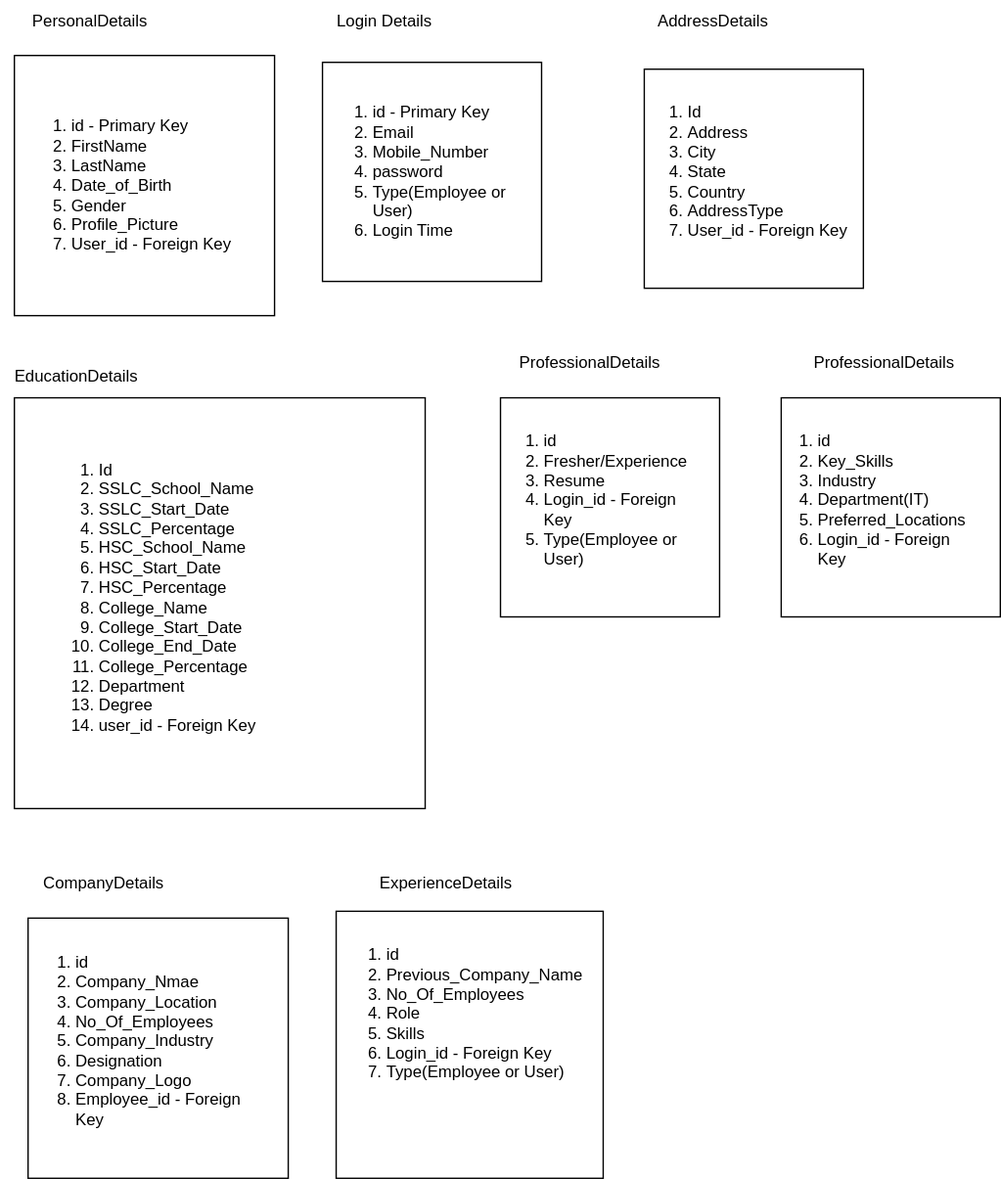
Earlier version of the draw.io export fieldmaping.drawio.svg (JobPortal006/backend). Source tidied: cells renumbered, new cells last; positions are measured from the earlier drawing's top-left corner, leaving out a move shared by most shapes.
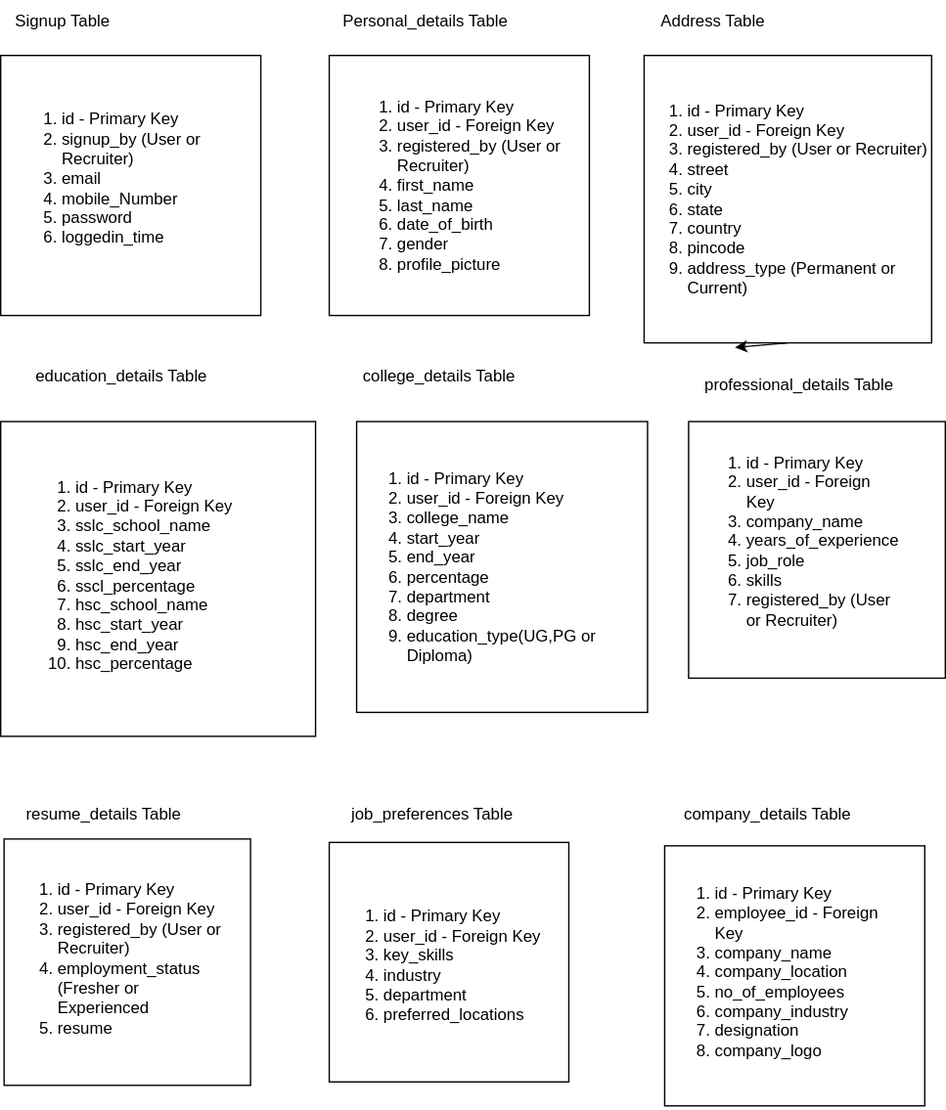
Later version of the same file.

Diff of the diagram source:
```diff
@@ -5,74 +5,86 @@
     <mxCell id="2" style="whiteSpace=wrap;html=1;" parent="1" vertex="1">
       <mxGeometry x="10" y="40" width="190" height="190" as="geometry" />
     </mxCell>
+    <mxCell id="5" style="whiteSpace=wrap;html=1;" parent="1" vertex="1">
+      <mxGeometry x="250" y="40" width="190" height="190" as="geometry" />
+    </mxCell>
-    <mxCell id="3" value="&lt;ol&gt;&lt;li&gt;id - Primary Key&lt;/li&gt;&lt;li&gt;FirstName&lt;/li&gt;&lt;li&gt;LastName&lt;/li&gt;&lt;li&gt;Date_of_Birth&lt;/li&gt;&lt;li&gt;Gender&lt;/li&gt;&lt;li&gt;Profile_Picture&lt;/li&gt;&lt;li&gt;User_id - Foreign Key&lt;/li&gt;&lt;/ol&gt;" style="text;strokeColor=none;fillColor=none;html=1;whiteSpace=wrap;verticalAlign=middle;overflow=hidden;" parent="1" vertex="1">
-      <mxGeometry x="10" y="40" width="170" height="190" as="geometry" />
+    <mxCell id="3" value="&lt;ol&gt;&lt;li&gt;id - Primary Key&lt;/li&gt;&lt;li&gt;user_id - Foreign Key&lt;/li&gt;&lt;li&gt;registered_by (User or Recruiter)&lt;/li&gt;&lt;li&gt;first_name&lt;/li&gt;&lt;li&gt;last_name&lt;/li&gt;&lt;li&gt;date_of_birth&lt;/li&gt;&lt;li&gt;gender&lt;/li&gt;&lt;li&gt;profile_picture&lt;/li&gt;&lt;/ol&gt;" style="text;strokeColor=none;fillColor=none;html=1;whiteSpace=wrap;verticalAlign=middle;overflow=hidden;" parent="1" vertex="1">
+      <mxGeometry x="257.5" y="32.5" width="170" height="205" as="geometry" />
     </mxCell>
-    <mxCell id="4" value="PersonalDetails" style="text;html=1;align=center;verticalAlign=middle;strokeColor=none;fillColor=none;" parent="1" vertex="1">
-      <mxGeometry x="10" width="110" height="30" as="geometry" />
+    <mxCell id="4" value="Signup Table" style="text;html=1;align=center;verticalAlign=middle;strokeColor=none;fillColor=none;" parent="1" vertex="1">
+      <mxGeometry x="10" width="90" height="30" as="geometry" />
     </mxCell>
-    <mxCell id="5" style="whiteSpace=wrap;html=1;" parent="1" vertex="1">
-      <mxGeometry x="235" y="45" width="160" height="160" as="geometry" />
-    </mxCell>
-    <mxCell id="6" value="&lt;ol&gt;&lt;li&gt;id - Primary Key&lt;/li&gt;&lt;li&gt;Email&lt;/li&gt;&lt;li&gt;Mobile_Number&lt;/li&gt;&lt;li&gt;password&lt;/li&gt;&lt;li&gt;Type(Employee or User)&lt;/li&gt;&lt;li&gt;Login Time&lt;/li&gt;&lt;/ol&gt;" style="text;strokeColor=none;fillColor=none;html=1;whiteSpace=wrap;verticalAlign=middle;overflow=hidden;" parent="1" vertex="1">
-      <mxGeometry x="230" y="40" width="140" height="170" as="geometry" />
+    <mxCell id="6" value="&lt;ol&gt;&lt;li&gt;id - Primary Key&lt;/li&gt;&lt;li&gt;signup_by (User or Recruiter)&lt;/li&gt;&lt;li&gt;email&lt;/li&gt;&lt;li&gt;mobile_Number&lt;/li&gt;&lt;li&gt;password&lt;/li&gt;&lt;li&gt;loggedin_time&lt;/li&gt;&lt;/ol&gt;" style="text;strokeColor=none;fillColor=none;html=1;whiteSpace=wrap;verticalAlign=middle;overflow=hidden;" parent="1" vertex="1">
+      <mxGeometry x="12.5" y="45" width="170" height="170" as="geometry" />
     </mxCell>
     <mxCell id="7" style="whiteSpace=wrap;html=1;" parent="1" vertex="1">
-      <mxGeometry x="470" y="50" width="160" height="160" as="geometry" />
+      <mxGeometry x="480" y="40" width="210" height="210" as="geometry" />
     </mxCell>
-    <mxCell id="8" value="&lt;ol&gt;&lt;li&gt;Id&lt;/li&gt;&lt;li&gt;Address&lt;/li&gt;&lt;li&gt;City&lt;/li&gt;&lt;li&gt;State&lt;/li&gt;&lt;li&gt;Country&lt;/li&gt;&lt;li&gt;AddressType&lt;/li&gt;&lt;li&gt;User_id - Foreign Key&lt;/li&gt;&lt;/ol&gt;" style="text;strokeColor=none;fillColor=none;html=1;whiteSpace=wrap;verticalAlign=middle;overflow=hidden;" parent="1" vertex="1">
-      <mxGeometry x="460" y="40" width="170" height="170" as="geometry" />
+    <mxCell id="8" value="&lt;ol&gt;&lt;li&gt;id - Primary Key&lt;/li&gt;&lt;li&gt;user_id - Foreign Key&lt;/li&gt;&lt;li&gt;registered_by (User or Recruiter)&lt;/li&gt;&lt;li&gt;street&lt;/li&gt;&lt;li&gt;city&lt;/li&gt;&lt;li&gt;state&lt;/li&gt;&lt;li&gt;country&lt;/li&gt;&lt;li&gt;pincode&lt;/li&gt;&lt;li&gt;address_type (Permanent or Current)&lt;/li&gt;&lt;/ol&gt;" style="text;strokeColor=none;fillColor=none;html=1;whiteSpace=wrap;verticalAlign=middle;overflow=hidden;" parent="1" vertex="1">
+      <mxGeometry x="470" y="30" width="230" height="230" as="geometry" />
     </mxCell>
-    <mxCell id="9" value="Login Details" style="text;html=1;align=center;verticalAlign=middle;strokeColor=none;fillColor=none;" parent="1" vertex="1">
-      <mxGeometry x="235" width="90" height="30" as="geometry" />
+    <mxCell id="9" value="Personal_details Table" style="text;html=1;align=center;verticalAlign=middle;strokeColor=none;fillColor=none;" parent="1" vertex="1">
+      <mxGeometry x="250" width="140" height="30" as="geometry" />
     </mxCell>
-    <mxCell id="10" value="AddressDetails" style="text;html=1;align=center;verticalAlign=middle;strokeColor=none;fillColor=none;" parent="1" vertex="1">
-      <mxGeometry x="470" width="100" height="30" as="geometry" />
+    <mxCell id="10" value="Address Table" style="text;html=1;align=center;verticalAlign=middle;strokeColor=none;fillColor=none;" parent="1" vertex="1">
+      <mxGeometry x="480" width="100" height="30" as="geometry" />
     </mxCell>
-    <mxCell id="11" value="EducationDetails" style="text;html=1;align=center;verticalAlign=middle;strokeColor=none;fillColor=none;" parent="1" vertex="1">
-      <mxGeometry y="260" width="110" height="30" as="geometry" />
+    <mxCell id="11" value="education_details Table" style="text;html=1;align=center;verticalAlign=middle;strokeColor=none;fillColor=none;" parent="1" vertex="1">
+      <mxGeometry x="22.5" y="260" width="150" height="30" as="geometry" />
     </mxCell>
     <mxCell id="12" style="whiteSpace=wrap;html=1;" parent="1" vertex="1">
-      <mxGeometry x="10" y="290" width="300" height="300" as="geometry" />
+      <mxGeometry x="10" y="307.5" width="230" height="230" as="geometry" />
     </mxCell>
-    <mxCell id="13" value="&lt;ol&gt;&lt;li&gt;Id&lt;/li&gt;&lt;li&gt;SSLC_School_Name&lt;/li&gt;&lt;li&gt;SSLC_Start_Date&lt;/li&gt;&lt;li&gt;SSLC_Percentage&lt;/li&gt;&lt;li&gt;HSC_School_Name&lt;/li&gt;&lt;li&gt;HSC_Start_Date&lt;/li&gt;&lt;li&gt;HSC_Percentage&lt;/li&gt;&lt;li&gt;College_Name&lt;/li&gt;&lt;li&gt;College_Start_Date&lt;/li&gt;&lt;li&gt;College_End_Date&lt;/li&gt;&lt;li&gt;College_Percentage&lt;/li&gt;&lt;li&gt;Department&lt;/li&gt;&lt;li&gt;Degree&lt;/li&gt;&lt;li&gt;user_id - Foreign Key&lt;/li&gt;&lt;/ol&gt;" style="text;strokeColor=none;fillColor=none;html=1;whiteSpace=wrap;verticalAlign=middle;overflow=hidden;" parent="1" vertex="1">
-      <mxGeometry x="30" y="281" width="200" height="310" as="geometry" />
+    <mxCell id="13" value="&lt;ol&gt;&lt;li&gt;id - Primary Key&lt;/li&gt;&lt;li&gt;user_id - Foreign Key&lt;/li&gt;&lt;li&gt;sslc_school_name&lt;/li&gt;&lt;li&gt;sslc_start_year&lt;/li&gt;&lt;li&gt;sslc_end_year&lt;/li&gt;&lt;li&gt;sscl_percentage&lt;/li&gt;&lt;li&gt;hsc_school_name&lt;/li&gt;&lt;li&gt;hsc_start_year&lt;/li&gt;&lt;li&gt;hsc_end_year&lt;/li&gt;&lt;li&gt;hsc_percentage&lt;/li&gt;&lt;/ol&gt;" style="text;strokeColor=none;fillColor=none;html=1;whiteSpace=wrap;verticalAlign=middle;overflow=hidden;" parent="1" vertex="1">
+      <mxGeometry x="22.5" y="302.5" width="200" height="235" as="geometry" />
     </mxCell>
-    <mxCell id="14" value="ProfessionalDetails" style="text;html=1;align=center;verticalAlign=middle;strokeColor=none;fillColor=none;" parent="1" vertex="1">
-      <mxGeometry x="365" y="250" width="130" height="30" as="geometry" />
+    <mxCell id="14" value="resume_details Table" style="text;html=1;align=center;verticalAlign=middle;strokeColor=none;fillColor=none;" parent="1" vertex="1">
+      <mxGeometry x="15" y="580" width="140" height="30" as="geometry" />
     </mxCell>
     <mxCell id="15" style="whiteSpace=wrap;html=1;" parent="1" vertex="1">
-      <mxGeometry x="365" y="290" width="160" height="160" as="geometry" />
+      <mxGeometry x="12.5" y="612.5" width="180" height="180" as="geometry" />
     </mxCell>
-    <mxCell id="16" value="&lt;ol&gt;&lt;li&gt;id&lt;/li&gt;&lt;li&gt;Fresher/Experience&lt;/li&gt;&lt;li&gt;Resume&lt;/li&gt;&lt;li&gt;Login_id - Foreign Key&lt;/li&gt;&lt;li&gt;Type(Employee or User)&lt;/li&gt;&lt;/ol&gt;" style="text;strokeColor=none;fillColor=none;html=1;whiteSpace=wrap;verticalAlign=middle;overflow=hidden;" parent="1" vertex="1">
-      <mxGeometry x="355" y="280" width="155" height="170" as="geometry" />
+    <mxCell id="16" value="&lt;ol&gt;&lt;li&gt;id - Primary Key&lt;/li&gt;&lt;li&gt;user_id - Foreign Key&lt;/li&gt;&lt;li&gt;registered_by (User or Recruiter)&lt;/li&gt;&lt;li&gt;employment_status (Fresher or Experienced&lt;/li&gt;&lt;li&gt;resume&lt;/li&gt;&lt;/ol&gt;" style="text;strokeColor=none;fillColor=none;html=1;whiteSpace=wrap;verticalAlign=middle;overflow=hidden;" parent="1" vertex="1">
+      <mxGeometry x="10" y="615" width="162.5" height="170" as="geometry" />
     </mxCell>
-    <mxCell id="17" value="ProfessionalDetails" style="text;html=1;align=center;verticalAlign=middle;strokeColor=none;fillColor=none;" parent="1" vertex="1">
-      <mxGeometry x="580" y="250" width="130" height="30" as="geometry" />
+    <mxCell id="17" value="professional_details Table" style="text;html=1;align=center;verticalAlign=middle;strokeColor=none;fillColor=none;" parent="1" vertex="1">
+      <mxGeometry x="512.5" y="266.2" width="160" height="30" as="geometry" />
     </mxCell>
     <mxCell id="18" style="whiteSpace=wrap;html=1;" parent="1" vertex="1">
-      <mxGeometry x="570" y="290" width="160" height="160" as="geometry" />
+      <mxGeometry x="512.5" y="307.5" width="187.5" height="187.5" as="geometry" />
     </mxCell>
-    <mxCell id="19" value="&lt;ol&gt;&lt;li&gt;id&lt;/li&gt;&lt;li&gt;Key_Skills&lt;/li&gt;&lt;li&gt;Industry&lt;/li&gt;&lt;li&gt;Department(IT)&lt;/li&gt;&lt;li&gt;Preferred_Locations&lt;/li&gt;&lt;li&gt;Login_id - Foreign Key&lt;/li&gt;&lt;/ol&gt;" style="text;strokeColor=none;fillColor=none;html=1;whiteSpace=wrap;verticalAlign=middle;overflow=hidden;" parent="1" vertex="1">
-      <mxGeometry x="555" y="280" width="155" height="170" as="geometry" />
+    <mxCell id="19" value="&lt;ol&gt;&lt;li&gt;id - Primary Key&lt;/li&gt;&lt;li&gt;user_id - Foreign Key&lt;/li&gt;&lt;li&gt;company_name&lt;/li&gt;&lt;li&gt;years_of_experience&lt;/li&gt;&lt;li&gt;job_role&lt;/li&gt;&lt;li&gt;skills&lt;/li&gt;&lt;li&gt;registered_by (User or Recruiter)&lt;/li&gt;&lt;/ol&gt;" style="text;strokeColor=none;fillColor=none;html=1;whiteSpace=wrap;verticalAlign=middle;overflow=hidden;" parent="1" vertex="1">
+      <mxGeometry x="512.5" y="310" width="155" height="170" as="geometry" />
     </mxCell>
-    <mxCell id="20" value="CompanyDetails" style="text;html=1;align=center;verticalAlign=middle;strokeColor=none;fillColor=none;" parent="1" vertex="1">
-      <mxGeometry x="20" y="630" width="110" height="30" as="geometry" />
+    <mxCell id="20" value="company_details Table" style="text;html=1;align=center;verticalAlign=middle;strokeColor=none;fillColor=none;" parent="1" vertex="1">
+      <mxGeometry x="495" y="580" width="150" height="30" as="geometry" />
     </mxCell>
     <mxCell id="21" style="whiteSpace=wrap;html=1;" parent="1" vertex="1">
-      <mxGeometry x="20" y="670" width="190" height="190" as="geometry" />
+      <mxGeometry x="495" y="617.5" width="190" height="190" as="geometry" />
     </mxCell>
-    <mxCell id="22" value="&lt;ol&gt;&lt;li&gt;id&lt;/li&gt;&lt;li&gt;Company_Nmae&lt;/li&gt;&lt;li&gt;Company_Location&lt;/li&gt;&lt;li&gt;No_Of_Employees&lt;/li&gt;&lt;li&gt;Company_Industry&lt;/li&gt;&lt;li&gt;Designation&lt;/li&gt;&lt;li&gt;Company_Logo&lt;/li&gt;&lt;li&gt;Employee_id - Foreign Key&lt;/li&gt;&lt;/ol&gt;" style="text;strokeColor=none;fillColor=none;html=1;whiteSpace=wrap;verticalAlign=middle;overflow=hidden;" parent="1" vertex="1">
-      <mxGeometry x="12.5" y="660" width="177.5" height="200" as="geometry" />
+    <mxCell id="22" value="&lt;ol&gt;&lt;li&gt;id - Primary Key&lt;/li&gt;&lt;li&gt;employee_id - Foreign Key&lt;/li&gt;&lt;li&gt;company_name&lt;/li&gt;&lt;li&gt;company_location&lt;/li&gt;&lt;li&gt;no_of_employees&lt;/li&gt;&lt;li&gt;company_industry&lt;/li&gt;&lt;li&gt;designation&lt;/li&gt;&lt;li&gt;company_logo&lt;/li&gt;&lt;/ol&gt;" style="text;strokeColor=none;fillColor=none;html=1;whiteSpace=wrap;verticalAlign=middle;overflow=hidden;" parent="1" vertex="1">
+      <mxGeometry x="490" y="610" width="177.5" height="200" as="geometry" />
     </mxCell>
-    <mxCell id="23" value="ExperienceDetails" style="text;html=1;align=center;verticalAlign=middle;strokeColor=none;fillColor=none;" parent="1" vertex="1">
-      <mxGeometry x="265" y="630" width="120" height="30" as="geometry" />
+    <mxCell id="23" value="job_preferences Table" style="text;html=1;align=center;verticalAlign=middle;strokeColor=none;fillColor=none;" parent="1" vertex="1">
+      <mxGeometry x="255" y="580" width="140" height="30" as="geometry" />
     </mxCell>
     <mxCell id="24" style="whiteSpace=wrap;html=1;" parent="1" vertex="1">
-      <mxGeometry x="245" y="665" width="195" height="195" as="geometry" />
+      <mxGeometry x="250" y="615" width="175" height="175" as="geometry" />
     </mxCell>
-    <mxCell id="25" value="&lt;ol&gt;&lt;li&gt;id&lt;/li&gt;&lt;li&gt;Previous_Company_Name&lt;/li&gt;&lt;li&gt;No_Of_Employees&lt;/li&gt;&lt;li&gt;Role&lt;/li&gt;&lt;li&gt;Skills&lt;/li&gt;&lt;li&gt;Login_id - Foreign Key&lt;/li&gt;&lt;li&gt;Type(Employee or User)&lt;/li&gt;&lt;/ol&gt;" style="text;strokeColor=none;fillColor=none;html=1;whiteSpace=wrap;verticalAlign=middle;overflow=hidden;" parent="1" vertex="1">
-      <mxGeometry x="240" y="655" width="190" height="170" as="geometry" />
+    <mxCell id="25" value="&lt;ol&gt;&lt;li&gt;id - Primary Key&lt;/li&gt;&lt;li&gt;user_id - Foreign Key&lt;/li&gt;&lt;li&gt;key_skills&lt;/li&gt;&lt;li&gt;industry&lt;/li&gt;&lt;li&gt;department&lt;/li&gt;&lt;li&gt;preferred_locations&lt;/li&gt;&lt;/ol&gt;" style="text;strokeColor=none;fillColor=none;html=1;whiteSpace=wrap;verticalAlign=middle;overflow=hidden;" parent="1" vertex="1">
+      <mxGeometry x="247.5" y="625" width="172.5" height="160" as="geometry" />
     </mxCell>
+    <mxCell id="26" style="edgeStyle=none;html=1;exitX=0.5;exitY=1;exitDx=0;exitDy=0;entryX=0.316;entryY=1.016;entryDx=0;entryDy=0;entryPerimeter=0;" parent="1" edge="1" source="7" target="7">
+      <mxGeometry relative="1" as="geometry" />
+    </mxCell>
+    <mxCell id="27" value="college_details Table" style="text;html=1;align=center;verticalAlign=middle;strokeColor=none;fillColor=none;" parent="1" vertex="1">
+      <mxGeometry x="265" y="260" width="130" height="30" as="geometry" />
+    </mxCell>
+    <mxCell id="28" style="whiteSpace=wrap;html=1;" parent="1" vertex="1">
+      <mxGeometry x="270" y="307.5" width="212.5" height="212.5" as="geometry" />
+    </mxCell>
+    <mxCell id="29" value="&lt;ol&gt;&lt;li&gt;id - Primary Key&lt;/li&gt;&lt;li&gt;user_id - Foreign Key&lt;/li&gt;&lt;li&gt;college_name&lt;/li&gt;&lt;li&gt;start_year&lt;/li&gt;&lt;li&gt;end_year&lt;/li&gt;&lt;li&gt;percentage&lt;/li&gt;&lt;li&gt;department&lt;/li&gt;&lt;li&gt;degree&lt;/li&gt;&lt;li&gt;education_type(UG,PG or Diploma)&lt;/li&gt;&lt;/ol&gt;" style="text;strokeColor=none;fillColor=none;html=1;whiteSpace=wrap;verticalAlign=middle;overflow=hidden;" parent="1" vertex="1">
+      <mxGeometry x="265" y="296.2" width="200" height="235" as="geometry" />
+    </mxCell>
   </root>
 </mxGraphModel>
```
